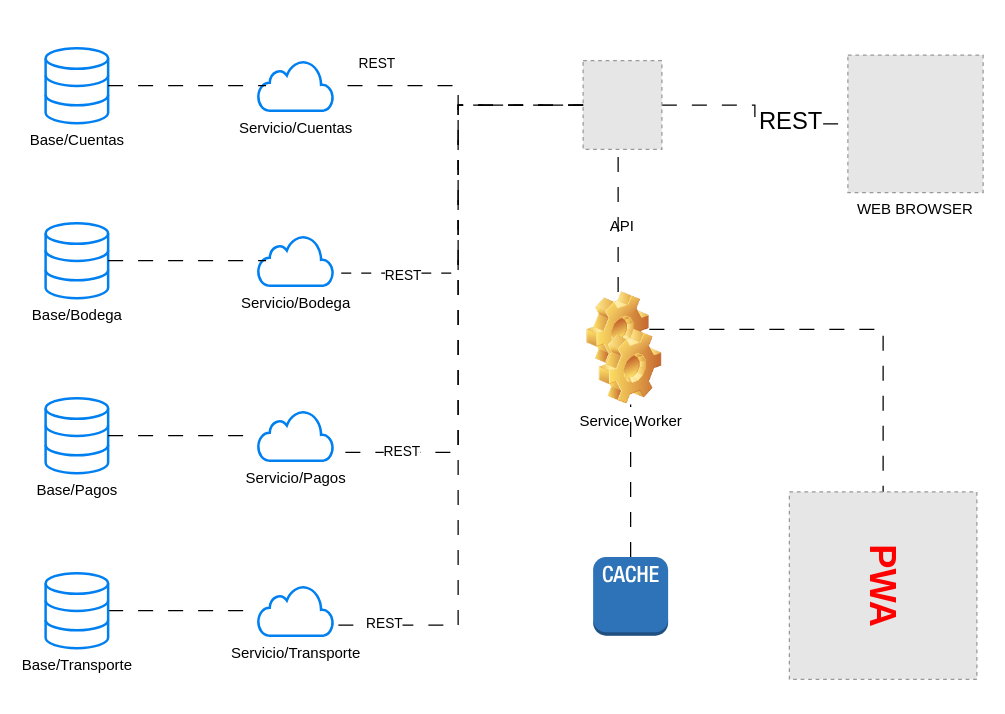
Gelo9033/Gelo9033 keeps this draw.io diagram as Diagrama sin título.drawio. Above is the earlier version. Source tidied: cells renumbered, new cells numbered last; positions are measured from the earlier drawing's top-left corner, leaving out a move shared by most shapes. Both pictures are drawn from the tidied source at 125%, with x=0, y=0 at pixel (45, 48). Pictures stored in the file or linked from it are replaced by grey dashed boxes.
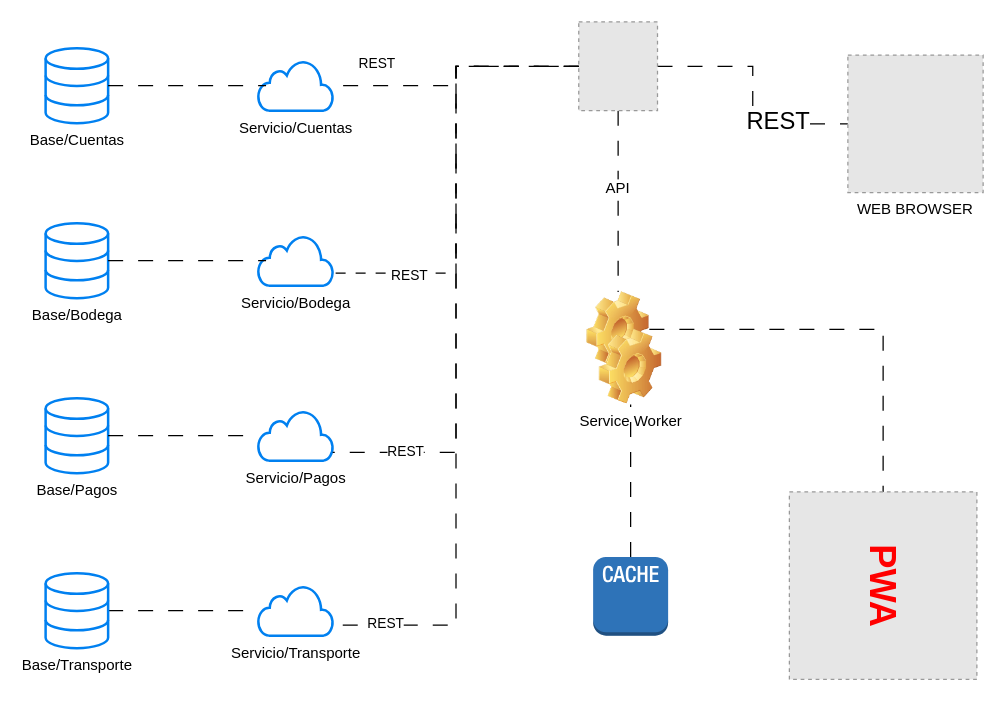
After the change.

Commit message:
Arquitectura Microservicios PWA.drawio

The change refers to these unchanged cells:
```xml
<mxCell id="28" style="shape=image;html=1;verticalLabelPosition=bottom;verticalAlign=top;imageAspect=0;image=img/clipart/Gear_128x128.png;" parent="27" vertex="1">
  <mxGeometry width="50" height="60" as="geometry" />
</mxCell>
```

Diff of the diagram source:
```diff
@@
+    <mxCell id="36" style="edgeStyle=orthogonalEdgeStyle;rounded=0;jettySize=auto;html=1;dashed=1;dashPattern=12 12;endArrow=none;endFill=0;" parent="1" edge="1" source="16" target="28">
+      <mxGeometry relative="1" as="geometry" />
+    </mxCell>
     <mxCell id="16" value="API" style="fillColor=#E6E6E6;strokeColor=#999999;dashed=1;verticalLabelPosition=bottom;labelBackgroundColor=#FFFFFF;verticalAlign=bottom;" parent="1" vertex="1">
-      <mxGeometry x="430" y="10" width="63" height="71" as="geometry" />
+      <mxGeometry x="426.5" y="-21" width="63" height="71" as="geometry" />
     </mxCell>
@@
-    <mxCell id="32" style="edgeStyle=orthogonalEdgeStyle;rounded=0;jettySize=auto;html=1;dashed=1;dashPattern=12 12;endArrow=none;endFill=0;" parent="1" edge="1" source="28">
-      <mxGeometry relative="1" as="geometry">
-        <mxPoint x="458" y="85" as="targetPoint" />
-      </mxGeometry>
-    </mxCell>
```
